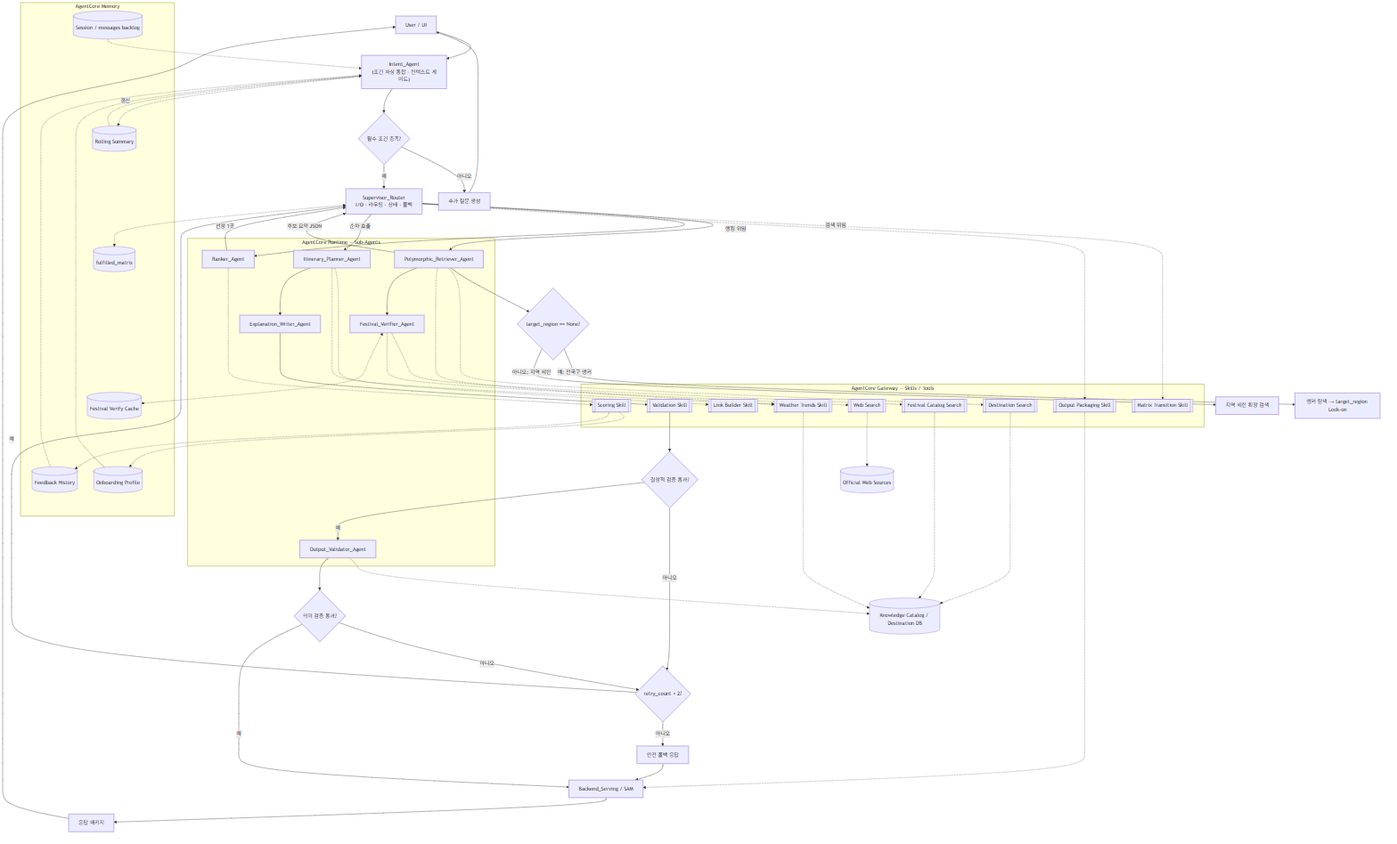
The Mermaid diagram assets/images/mermaid/05-agent-spec-05-agent-spec-01.png in Joraemon-s-Secret-Gadgets/oh_my_documents, before a commit. Its source is kept beside it as assets/images/mermaid/05-agent-spec-05-agent-spec-01.mmd. Its diagram source:
```mermaid
graph TD
    USER["User / UI"]

    subgraph MEM["AgentCore Memory"]
        ONBOARDING[("Onboarding Profile")]
        FEEDBACK[("Feedback History")]
        SESSION[("Session / messages backlog")]
        SUMMARY[("Rolling Summary")]
        MATRIXST[("fulfilled_matrix")]
        FCACHE[("Festival Verify Cache")]
    end

    USER --> INTENT["Intent_Agent<br/>(조건 파싱 통합 · 컨텍스트 게이트)"]
    ONBOARDING -.-> INTENT
    FEEDBACK -.-> INTENT
    SESSION -.-> INTENT
    SUMMARY -.-> INTENT
    INTENT -.->|"갱신"| SUMMARY

    INTENT --> NEEDMORE{"필수 조건 충족?"}
    NEEDMORE -- "아니오" --> FOLLOWUP["추가 질문 생성"]
    FOLLOWUP --> USER
    NEEDMORE -- "예" --> SUP["Supervisor_Router<br/>I/O · 라우팅 · 상태 · 폴백"]
    SUP <-.-> MATRIXST

    subgraph RUNTIME["AgentCore Runtime — Sub-Agents"]
        RETRIEVER["Polymorphic_Retriever_Agent"]
        FESTIVAL["Festival_Verifier_Agent"]
        RANKER["Ranker_Agent"]
        PLANNER["Itinerary_Planner_Agent"]
        WRITER["Explanation_Writer_Agent"]
        VALAGENT["Output_Validator_Agent"]
    end

    subgraph SKILLS["AgentCore Gateway — Skills / Tools"]
        DEST[["Destination Search"]]
        FCAT[["Festival Catalog Search"]]
        WSEARCH[["Web Search"]]
        SCORE[["Scoring Skill"]]
        MATRIXSK[["Matrix Transition Skill"]]
        VALSK[["Validation Skill"]]
        LINK[["Link Builder Skill"]]
        WEATHER[["Weather Trends Skill"]]
        PACK[["Output Packaging Skill"]]
    end

    KCAT[("Knowledge Catalog / Destination DB")]
    WEBSRC[("Official Web Sources")]

    SUP -->|"검색 위임"| RETRIEVER
    RETRIEVER --> MODE{"target_region == None?"}
    MODE -- "예: 전국구 앵커" --> ANCHOR["앵커 탐색 → target_region Lock-on"]
    MODE -- "아니오: 지역 제한" --> LOCAL["지역 제한 확장 검색"]
    RETRIEVER -.-> DEST
    RETRIEVER -.-> WEATHER
    DEST -.-> KCAT
    WEATHER -.-> KCAT
    RETRIEVER --> FESTIVAL
    FESTIVAL -.-> FCAT
    FESTIVAL -.-> WSEARCH
    FESTIVAL <-.-> FCACHE
    FCAT -.-> KCAT
    WSEARCH -.-> WEBSRC
    RETRIEVER -->|"후보 요약 JSON"| SUP

    SUP -->|"랭킹 위임"| RANKER
    RANKER -.-> SCORE
    SCORE -.-> ONBOARDING
    SCORE -.-> FEEDBACK
    RANKER -->|"선정 1곳"| SUP

    SUP -.-> MATRIXSK
    SUP -.-> PACK
    SUP -->|"순차 호출"| PLANNER
    PLANNER -.-> LINK
    PLANNER -.-> WEATHER
    PLANNER --> WRITER
    WRITER --> VALSK
    VALSK --> VALGATE{"결정적 검증 통과?"}
    VALGATE -- "아니오" --> RETRY
    VALGATE -- "예" --> VALAGENT
    VALAGENT -.-> KCAT
    VALAGENT --> VALID{"의미 검증 통과?"}
    VALID -- "아니오" --> RETRY{"retry_count < 2?"}
    RETRY -- "예" --> SUP
    RETRY -- "아니오" --> FALLBACK["안전 폴백 응답"]
    VALID -- "예" --> SERVING["Backend_Serving / SAM"]
    PACK -.-> SERVING
    FALLBACK --> SERVING
    SERVING --> RESPONSE["응답 패키지"]
    RESPONSE --> USER
```
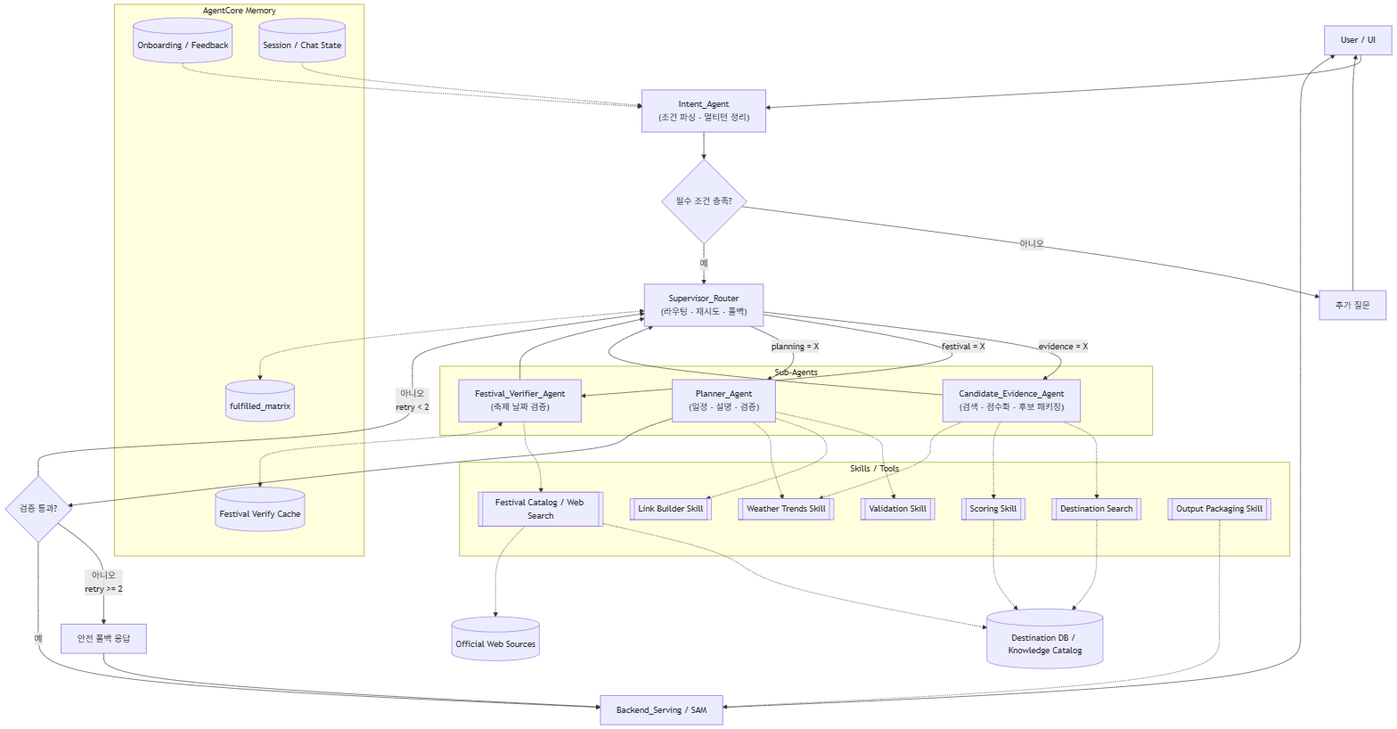
After the commit.

Commit message:
docs(agent): update LangGraph flow diagrams

The edit, as a diff of the source:
```diff
@@ -2,90 +2,66 @@
     USER["User / UI"]
 
     subgraph MEM["AgentCore Memory"]
-        ONBOARDING[("Onboarding Profile")]
-        FEEDBACK[("Feedback History")]
-        SESSION[("Session / messages backlog")]
-        SUMMARY[("Rolling Summary")]
-        MATRIXST[("fulfilled_matrix")]
+        PROFILE[("Onboarding / Feedback")]
+        SESSION[("Session / Chat State")]
+        MATRIX[("fulfilled_matrix")]
         FCACHE[("Festival Verify Cache")]
     end
 
-    USER --> INTENT["Intent_Agent<br/>(조건 파싱 통합 · 컨텍스트 게이트)"]
-    ONBOARDING -.-> INTENT
-    FEEDBACK -.-> INTENT
+    USER --> INTENT["Intent_Agent<br/>(조건 파싱 · 멀티턴 정리)"]
+    PROFILE -.-> INTENT
     SESSION -.-> INTENT
-    SUMMARY -.-> INTENT
-    INTENT -.->|"갱신"| SUMMARY
 
-    INTENT --> NEEDMORE{"필수 조건 충족?"}
-    NEEDMORE -- "아니오" --> FOLLOWUP["추가 질문 생성"]
-    FOLLOWUP --> USER
-    NEEDMORE -- "예" --> SUP["Supervisor_Router<br/>I/O · 라우팅 · 상태 · 폴백"]
-    SUP <-.-> MATRIXST
+    INTENT --> NEED{"필수 조건 충족?"}
+    NEED -- "아니오" --> ASK["추가 질문"]
+    ASK --> USER
+    NEED -- "예" --> SUP["Supervisor_Router<br/>(라우팅 · 재시도 · 폴백)"]
 
-    subgraph RUNTIME["AgentCore Runtime — Sub-Agents"]
-        RETRIEVER["Polymorphic_Retriever_Agent"]
-        FESTIVAL["Festival_Verifier_Agent"]
-        RANKER["Ranker_Agent"]
-        PLANNER["Itinerary_Planner_Agent"]
-        WRITER["Explanation_Writer_Agent"]
-        VALAGENT["Output_Validator_Agent"]
+    SUP <-.-> MATRIX
+
+    subgraph AGENTS["Sub-Agents"]
+        EVIDENCE["Candidate_Evidence_Agent<br/>(검색 · 점수화 · 후보 패키징)"]
+        FESTIVAL["Festival_Verifier_Agent<br/>(축제 날짜 검증)"]
+        PLANNER["Planner_Agent<br/>(일정 · 설명 · 검증)"]
     end
 
-    subgraph SKILLS["AgentCore Gateway — Skills / Tools"]
-        DEST[["Destination Search"]]
-        FCAT[["Festival Catalog Search"]]
-        WSEARCH[["Web Search"]]
+    subgraph SKILLS["Skills / Tools"]
+        SEARCH[["Destination Search"]]
         SCORE[["Scoring Skill"]]
-        MATRIXSK[["Matrix Transition Skill"]]
-        VALSK[["Validation Skill"]]
+        WEATHER[["Weather Trends Skill"]]
+        WEB[["Festival Catalog / Web Search"]]
+        VALID[["Validation Skill"]]
         LINK[["Link Builder Skill"]]
-        WEATHER[["Weather Trends Skill"]]
         PACK[["Output Packaging Skill"]]
     end
 
-    KCAT[("Knowledge Catalog / Destination DB")]
-    WEBSRC[("Official Web Sources")]
+    DB[("Destination DB / Knowledge Catalog")]
+    WEBsrc[("Official Web Sources")]
 
-    SUP -->|"검색 위임"| RETRIEVER
-    RETRIEVER --> MODE{"target_region == None?"}
-    MODE -- "예: 전국구 앵커" --> ANCHOR["앵커 탐색 → target_region Lock-on"]
-    MODE -- "아니오: 지역 제한" --> LOCAL["지역 제한 확장 검색"]
-    RETRIEVER -.-> DEST
-    RETRIEVER -.-> WEATHER
-    DEST -.-> KCAT
-    WEATHER -.-> KCAT
-    RETRIEVER --> FESTIVAL
-    FESTIVAL -.-> FCAT
-    FESTIVAL -.-> WSEARCH
+    SUP -->|"evidence = X"| EVIDENCE
+    EVIDENCE -.-> SEARCH
+    EVIDENCE -.-> SCORE
+    EVIDENCE -.-> WEATHER
+    SEARCH -.-> DB
+    SCORE -.-> DB
+    EVIDENCE --> SUP
+
+    SUP -->|"festival = X"| FESTIVAL
+    FESTIVAL -.-> WEB
     FESTIVAL <-.-> FCACHE
-    FCAT -.-> KCAT
-    WSEARCH -.-> WEBSRC
-    RETRIEVER -->|"후보 요약 JSON"| SUP
+    WEB -.-> DB
+    WEB -.-> WEBsrc
+    FESTIVAL --> SUP
 
-    SUP -->|"랭킹 위임"| RANKER
-    RANKER -.-> SCORE
-    SCORE -.-> ONBOARDING
-    SCORE -.-> FEEDBACK
-    RANKER -->|"선정 1곳"| SUP
-
-    SUP -.-> MATRIXSK
-    SUP -.-> PACK
-    SUP -->|"순차 호출"| PLANNER
+    SUP -->|"planning = X"| PLANNER
+    PLANNER -.-> VALID
     PLANNER -.-> LINK
     PLANNER -.-> WEATHER
-    PLANNER --> WRITER
-    WRITER --> VALSK
-    VALSK --> VALGATE{"결정적 검증 통과?"}
-    VALGATE -- "아니오" --> RETRY
-    VALGATE -- "예" --> VALAGENT
-    VALAGENT -.-> KCAT
-    VALAGENT --> VALID{"의미 검증 통과?"}
-    VALID -- "아니오" --> RETRY{"retry_count < 2?"}
-    RETRY -- "예" --> SUP
-    RETRY -- "아니오" --> FALLBACK["안전 폴백 응답"]
-    VALID -- "예" --> SERVING["Backend_Serving / SAM"]
-    PACK -.-> SERVING
-    FALLBACK --> SERVING
-    SERVING --> RESPONSE["응답 패키지"]
-    RESPONSE --> USER
+
+    PLANNER --> GATE{"검증 통과?"}
+    GATE -- "아니오<br/>retry < 2" --> SUP
+    GATE -- "아니오<br/>retry >= 2" --> FALLBACK["안전 폴백 응답"]
+    GATE -- "예" --> SERVE["Backend_Serving / SAM"]
+    FALLBACK --> SERVE
+    PACK -.-> SERVE
+    SERVE --> USER
```
